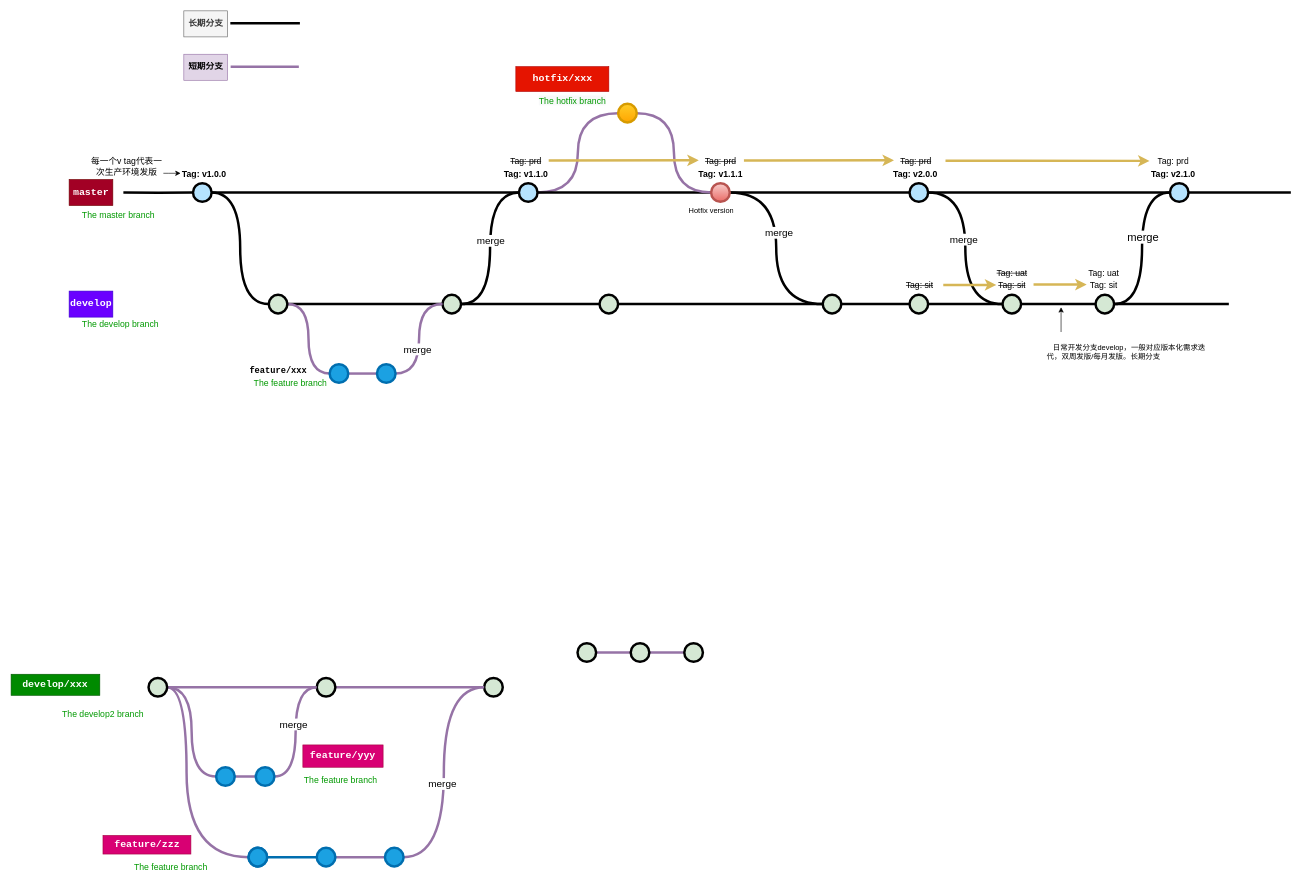
Before: Untitled Diagram.drawio in bbcpan/SpringCloud, a draw.io diagram. Source tidied: cells renumbered, new cells numbered last; positions are measured from the earlier drawing's top-left corner, leaving out a move shared by most shapes. Both pictures are drawn from the tidied source at 62%, with x=0, y=0 at pixel (11, 11).
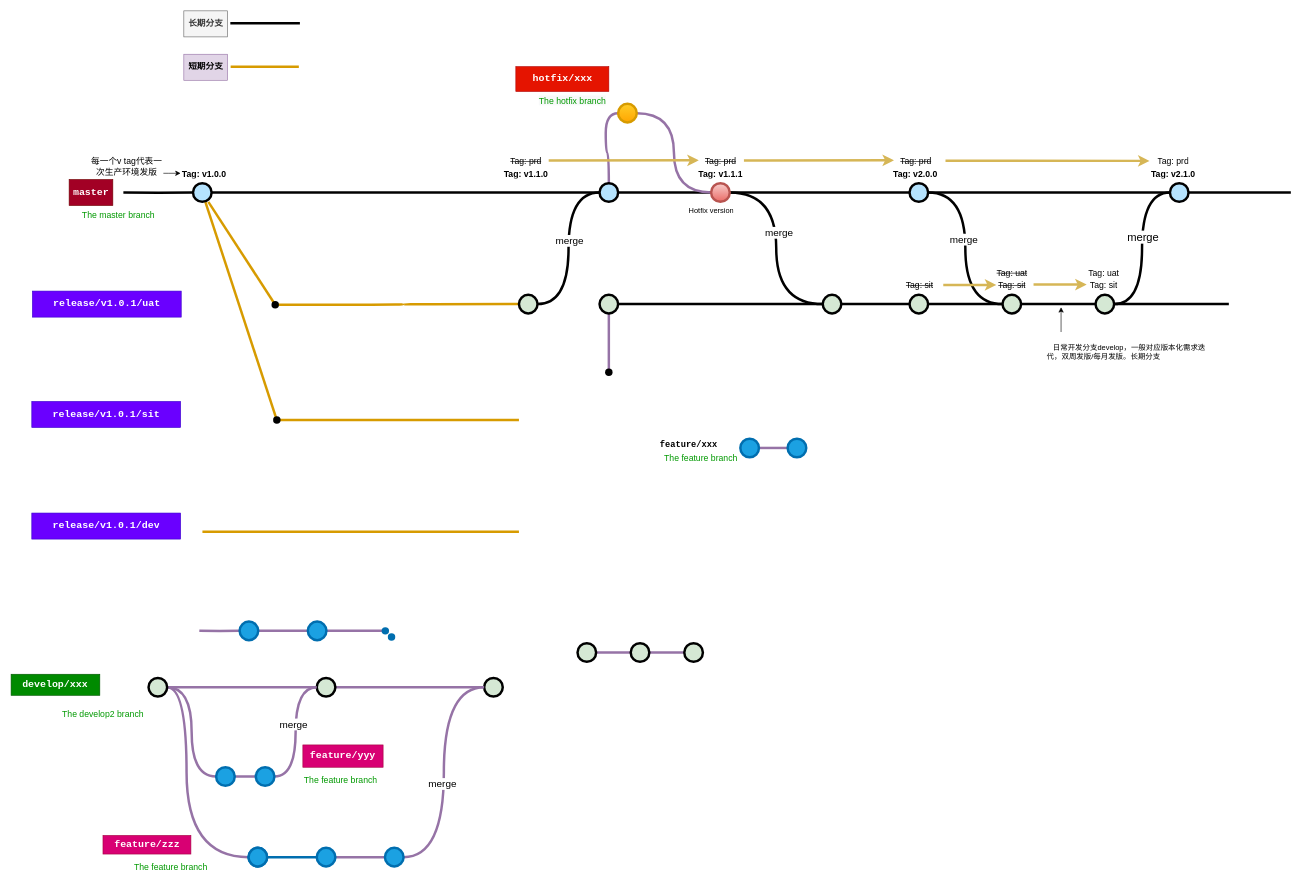
Above is the later version.

The change refers to these unchanged cells:
```xml
<mxCell id="4" style="verticalLabelPosition=bottom;verticalAlign=top;html=1;strokeWidth=4;shape=mxgraph.flowchart.on-page_reference;plain-blue;gradientColor=none;fillColor=#B5E3Fe;strokeColor=#000000;" parent="1" vertex="1">
  <mxGeometry x="293.8" y="278" width="30" height="30" as="geometry" />
</mxCell>
<mxCell id="44" style="verticalLabelPosition=bottom;verticalAlign=top;html=1;strokeWidth=4;shape=mxgraph.flowchart.on-page_reference;plain-purple;gradientColor=none;strokeColor=#000000;fillColor=#D5E8D4;" parent="1" vertex="1">
  <mxGeometry x="949.5" y="458" width="30" height="30" as="geometry" />
</mxCell>
```

What changed in the source:
```diff
@@
-    <mxCell id="3" style="edgeStyle=orthogonalEdgeStyle;shape=connector;rounded=0;jettySize=auto;html=1;entryX=0;entryY=0.5;entryDx=0;entryDy=0;entryPerimeter=0;labelBackgroundColor=default;fontFamily=Helvetica;fontSize=11;fontColor=default;endArrow=none;endFill=0;strokeColor=#000000;strokeWidth=4;fillColor=#DAE8FC;gradientColor=#7EA6E0;curved=1;" parent="1" edge="1" source="4" target="21">
-      <mxGeometry relative="1" as="geometry" />
-    </mxCell>
+    <mxCell id="112" style="edgeStyle=orthogonalEdgeStyle;rounded=0;jettySize=auto;html=1;curved=1;endArrow=none;fontSize=15;strokeColor=#d79b00;endFill=0;strokeWidth=4;fillColor=#ffe6cc;entryX=0;entryY=0.5;entryDx=0;entryDy=0;entryPerimeter=0;exitX=0.609;exitY=0.413;exitDx=0;exitDy=0;exitPerimeter=0;" parent="1" edge="1" source="128" target="34">
+      <mxGeometry relative="1" as="geometry" />
+    </mxCell>
+    <mxCell id="113" style="rounded=0;jettySize=auto;html=1;endArrow=none;fontSize=15;strokeColor=#d79b00;endFill=0;strokeWidth=4;fillColor=#ffe6cc;" parent="1" edge="1" source="4" target="128">
+      <mxGeometry relative="1" as="geometry" />
+    </mxCell>
+    <mxCell id="114" style="shape=connector;rounded=0;jettySize=auto;html=1;entryX=0.409;entryY=0.455;entryDx=0;entryDy=0;entryPerimeter=0;labelBackgroundColor=default;fontFamily=Helvetica;fontSize=15;fontColor=default;endArrow=none;endFill=0;strokeColor=#d79b00;strokeWidth=4;fillColor=#ffe6cc;" parent="1" edge="1" source="4" target="129">
+      <mxGeometry relative="1" as="geometry" />
+    </mxCell>
@@
     <mxCell id="7" style="verticalLabelPosition=bottom;verticalAlign=top;html=1;strokeWidth=4;shape=mxgraph.flowchart.on-page_reference;plain-blue;gradientColor=none;strokeColor=#000000;fillColor=#B5E3FE;" parent="1" vertex="1">
-      <mxGeometry x="819.5" y="278" width="30" height="30" as="geometry" />
+      <mxGeometry x="949.5" y="278" width="30" height="30" as="geometry" />
     </mxCell>
@@
-    <mxCell id="17" value="&lt;font style=&quot;font-size: 16px&quot;&gt;develop&lt;/font&gt;" style="text;html=1;strokeColor=#3700CC;fillColor=#6a00ff;align=center;verticalAlign=middle;whiteSpace=wrap;overflow=hidden;fontSize=14;fontStyle=1;fontFamily=Courier New;fontColor=#ffffff;" parent="1" vertex="1">
-      <mxGeometry x="94" y="452" width="70.5" height="42" as="geometry" />
+    <mxCell id="17" value="&lt;font style=&quot;font-size: 16px&quot;&gt;release/v1.0.1/uat&lt;/font&gt;" style="text;html=1;strokeColor=#3700CC;fillColor=#6a00ff;align=center;verticalAlign=middle;whiteSpace=wrap;overflow=hidden;fontSize=14;fontStyle=1;fontFamily=Courier New;fontColor=#ffffff;" parent="1" vertex="1">
+      <mxGeometry x="34.8" y="452" width="240" height="42" as="geometry" />
     </mxCell>
-    <mxCell id="18" value="The develop branch" style="text;html=1;strokeColor=none;fillColor=none;align=left;verticalAlign=middle;whiteSpace=wrap;overflow=hidden;fontSize=14;fontStyle=0;fontColor=#009900;" parent="1" vertex="1">
-      <mxGeometry x="112.6" y="494" width="146.8" height="20" as="geometry" />
-    </mxCell>
-    <mxCell id="19" style="edgeStyle=orthogonalEdgeStyle;curved=1;rounded=0;html=1;exitX=1;exitY=0.5;exitPerimeter=0;endArrow=none;endFill=0;jettySize=auto;strokeWidth=4;fontSize=15;" parent="1" edge="1" source="21" target="34">
-      <mxGeometry relative="1" as="geometry" />
-    </mxCell>
-    <mxCell id="20" style="edgeStyle=orthogonalEdgeStyle;shape=connector;curved=1;rounded=0;jettySize=auto;html=1;entryX=0;entryY=0.5;entryDx=0;entryDy=0;entryPerimeter=0;labelBackgroundColor=default;fontFamily=Helvetica;fontSize=11;fontColor=default;endArrow=none;endFill=0;strokeColor=#9673a6;strokeWidth=4;fillColor=#e1d5e7;" parent="1" edge="1" source="21" target="36">
-      <mxGeometry relative="1" as="geometry" />
-    </mxCell>
-    <mxCell id="21" style="verticalLabelPosition=bottom;verticalAlign=top;html=1;strokeWidth=4;shape=mxgraph.flowchart.on-page_reference;plain-purple;gradientColor=none;strokeColor=#000000;fillColor=#D5E8D4;" parent="1" vertex="1">
-      <mxGeometry x="416" y="458" width="30" height="30" as="geometry" />
-    </mxCell>
@@
-    <mxCell id="33" style="edgeStyle=orthogonalEdgeStyle;curved=1;rounded=0;jettySize=auto;html=1;labelBackgroundColor=default;fontFamily=Helvetica;fontSize=11;fontColor=default;endArrow=none;endFill=0;strokeColor=#000000;strokeWidth=4;fillColor=#DAE8FC;gradientColor=#7EA6E0;" parent="1" edge="1" source="34" target="44">
-      <mxGeometry relative="1" as="geometry" />
-    </mxCell>
     <mxCell id="34" style="verticalLabelPosition=bottom;verticalAlign=top;html=1;strokeWidth=4;shape=mxgraph.flowchart.on-page_reference;plain-purple;gradientColor=none;strokeColor=#000000;fillColor=#D5E8D4;" parent="1" vertex="1">
-      <mxGeometry x="696.2" y="458" width="30" height="30" as="geometry" />
+      <mxGeometry x="819.5" y="458" width="30" height="30" as="geometry" />
     </mxCell>
     <mxCell id="35" style="edgeStyle=orthogonalEdgeStyle;rounded=0;jettySize=auto;html=1;endArrow=none;endFill=0;strokeWidth=4;fillColor=#e1d5e7;strokeColor=#9673a6;" parent="1" edge="1" source="36" target="39">
       <mxGeometry relative="1" as="geometry">
         <Array as="points">
-          <mxPoint x="605.8" y="585" />
-          <mxPoint x="605.8" y="585" />
+          <mxPoint x="1268.1" y="705" />
+          <mxPoint x="1268.1" y="705" />
         </Array>
       </mxGeometry>
     </mxCell>
     <mxCell id="36" style="verticalLabelPosition=bottom;verticalAlign=top;html=1;strokeWidth=4;shape=mxgraph.flowchart.on-page_reference;strokeColor=#006EAF;fillColor=#1ba1e2;fontColor=#ffffff;" parent="1" vertex="1">
-      <mxGeometry x="514.2" y="570" width="30" height="30" as="geometry" />
+      <mxGeometry x="1176.6" y="690" width="30" height="30" as="geometry" />
     </mxCell>
-    <mxCell id="37" style="edgeStyle=orthogonalEdgeStyle;shape=connector;curved=1;rounded=0;jettySize=auto;html=1;entryX=0;entryY=0.5;entryDx=0;entryDy=0;entryPerimeter=0;labelBackgroundColor=default;fontFamily=Helvetica;fontSize=11;fontColor=default;endArrow=none;endFill=0;strokeColor=#9673a6;strokeWidth=4;fillColor=#e1d5e7;" parent="1" edge="1" source="39" target="34">
-      <mxGeometry relative="1" as="geometry" />
-    </mxCell>
-    <mxCell id="38" value="merge" style="edgeLabel;html=1;align=center;verticalAlign=middle;fontSize=16;" parent="37" vertex="1">
-      <mxGeometry x="-0.18" y="3" relative="1" as="geometry" />
-    </mxCell>
     <mxCell id="39" style="verticalLabelPosition=bottom;verticalAlign=top;html=1;strokeWidth=4;shape=mxgraph.flowchart.on-page_reference;strokeColor=#006EAF;fillColor=#1ba1e2;fontColor=#ffffff;" parent="1" vertex="1">
-      <mxGeometry x="590.5" y="570" width="30" height="30" as="geometry" />
+      <mxGeometry x="1252.9" y="690" width="30" height="30" as="geometry" />
     </mxCell>
     <mxCell id="40" value="The feature branch" style="text;html=1;strokeColor=none;fillColor=none;align=left;verticalAlign=middle;whiteSpace=wrap;overflow=hidden;fontSize=14;fontStyle=0;fontColor=#009900;" parent="1" vertex="1">
-      <mxGeometry x="389.6" y="590" width="146.8" height="20" as="geometry" />
+      <mxGeometry x="1052" y="710" width="146.8" height="20" as="geometry" />
     </mxCell>
     <mxCell id="41" value="feature/xxx" style="text;html=1;strokeColor=none;fillColor=none;align=center;verticalAlign=middle;whiteSpace=wrap;overflow=hidden;fontSize=14;fontStyle=1;fontFamily=Courier New;" parent="1" vertex="1">
-      <mxGeometry x="343.8" y="560" width="174.5" height="40" as="geometry" />
+      <mxGeometry x="1006.1" y="680" width="174.5" height="40" as="geometry" />
     </mxCell>
@@
+    <mxCell id="115" style="edgeStyle=orthogonalEdgeStyle;shape=connector;curved=1;rounded=0;jettySize=auto;html=1;labelBackgroundColor=default;fontFamily=Helvetica;fontSize=15;fontColor=default;endArrow=none;endFill=0;strokeColor=#9673a6;strokeWidth=4;fillColor=#e1d5e7;" parent="1" edge="1" source="44" target="127">
+      <mxGeometry relative="1" as="geometry" />
+    </mxCell>
@@
-    <mxCell id="104" style="rounded=0;sketch=0;orthogonalLoop=1;jettySize=auto;html=1;shadow=0;labelBackgroundColor=default;fontFamily=Helvetica;fontSize=11;fontColor=default;endArrow=none;endFill=0;strokeColor=#9673a6;strokeWidth=4;fillColor=#e1d5e7;" parent="1" edge="1">
+    <mxCell id="104" style="rounded=0;sketch=0;orthogonalLoop=1;jettySize=auto;html=1;shadow=0;labelBackgroundColor=default;fontFamily=Helvetica;fontSize=11;fontColor=default;endArrow=none;endFill=0;strokeColor=#d79b00;strokeWidth=4;fillColor=#ffe6cc;" parent="1" edge="1">
       <mxGeometry relative="1" as="geometry">
         <mxPoint x="464.5" y="90" as="sourcePoint" />
         <mxPoint x="354.5" y="90" as="targetPoint" />
       </mxGeometry>
     </mxCell>
@@
+    <mxCell id="116" style="rounded=0;jettySize=auto;html=1;endArrow=none;fontSize=15;strokeColor=#d79b00;endFill=0;strokeWidth=4;fillColor=#ffe6cc;entryX=0;entryY=0.5;entryDx=0;entryDy=0;entryPerimeter=0;startArrow=none;" parent="1" edge="1" source="129">
+      <mxGeometry relative="1" as="geometry">
+        <mxPoint x="819.5" y="660" as="targetPoint" />
+      </mxGeometry>
+    </mxCell>
+    <mxCell id="117" style="edgeStyle=orthogonalEdgeStyle;rounded=0;orthogonalLoop=1;jettySize=auto;html=1;curved=1;endArrow=none;fontSize=15;strokeColor=#d79b00;endFill=0;strokeWidth=4;fillColor=#ffe6cc;entryX=0;entryY=0.5;entryDx=0;entryDy=0;entryPerimeter=0;" parent="1" edge="1">
+      <mxGeometry relative="1" as="geometry">
+        <mxPoint x="309" y="840" as="sourcePoint" />
+        <mxPoint x="819.5" y="840" as="targetPoint" />
+        <Array as="points">
+          <mxPoint x="309" y="840" />
+        </Array>
+      </mxGeometry>
+    </mxCell>
+    <mxCell id="118" value="&lt;font style=&quot;font-size: 16px&quot;&gt;release/v1.0.1/sit&lt;/font&gt;" style="text;html=1;strokeColor=#3700CC;fillColor=#6a00ff;align=center;verticalAlign=middle;whiteSpace=wrap;overflow=hidden;fontSize=14;fontStyle=1;fontFamily=Courier New;fontColor=#ffffff;" parent="1" vertex="1">
+      <mxGeometry x="33.8" y="630" width="240" height="42" as="geometry" />
+    </mxCell>
+    <mxCell id="119" value="&lt;font style=&quot;font-size: 16px&quot;&gt;release/v1.0.1/dev&lt;/font&gt;" style="text;html=1;strokeColor=#3700CC;fillColor=#6a00ff;align=center;verticalAlign=middle;whiteSpace=wrap;overflow=hidden;fontSize=14;fontStyle=1;fontFamily=Courier New;fontColor=#ffffff;" parent="1" vertex="1">
+      <mxGeometry x="33.8" y="810" width="240" height="42" as="geometry" />
+    </mxCell>
+    <mxCell id="120" style="edgeStyle=orthogonalEdgeStyle;curved=1;rounded=0;html=1;endArrow=none;endFill=0;jettySize=auto;strokeWidth=4;fontSize=15;fillColor=#e1d5e7;strokeColor=#9673a6;" parent="1" edge="1" target="122">
+      <mxGeometry relative="1" as="geometry">
+        <mxPoint x="304" y="1000" as="sourcePoint" />
+      </mxGeometry>
+    </mxCell>
+    <mxCell id="121" style="edgeStyle=orthogonalEdgeStyle;curved=1;rounded=0;jettySize=auto;html=1;endArrow=none;fontSize=15;strokeColor=#9673a6;endFill=0;strokeWidth=4;fillColor=#e1d5e7;" parent="1" edge="1" source="122" target="124">
+      <mxGeometry relative="1" as="geometry" />
+    </mxCell>
+    <mxCell id="122" style="verticalLabelPosition=bottom;verticalAlign=top;html=1;strokeWidth=4;shape=mxgraph.flowchart.on-page_reference;strokeColor=#006EAF;fillColor=#1ba1e2;fontColor=#ffffff;" parent="1" vertex="1">
+      <mxGeometry x="369" y="985" width="30" height="30" as="geometry" />
+    </mxCell>
+    <mxCell id="123" style="edgeStyle=orthogonalEdgeStyle;shape=connector;curved=1;rounded=0;jettySize=auto;html=1;labelBackgroundColor=default;fontFamily=Helvetica;fontSize=15;fontColor=default;endArrow=none;endFill=0;strokeColor=#9673a6;strokeWidth=4;fillColor=#e1d5e7;" parent="1" edge="1" source="124" target="125">
+      <mxGeometry relative="1" as="geometry" />
+    </mxCell>
+    <mxCell id="124" style="verticalLabelPosition=bottom;verticalAlign=top;html=1;strokeWidth=4;shape=mxgraph.flowchart.on-page_reference;strokeColor=#006EAF;fillColor=#1ba1e2;fontColor=#ffffff;" parent="1" vertex="1">
+      <mxGeometry x="479" y="985" width="30" height="30" as="geometry" />
+    </mxCell>
+    <mxCell id="125" style="shape=waypoint;sketch=0;size=6;points=[];fillColor=#1ba1e2;perimeter=centerPerimeter;snapToPoint=1;verticalAlign=top;strokeColor=#006EAF;fontColor=#ffffff;strokeWidth=4;" parent="1" vertex="1">
+      <mxGeometry x="584" y="980" width="40" height="40" as="geometry" />
+    </mxCell>
+    <mxCell id="126" style="shape=waypoint;sketch=0;size=6;fillColor=#1ba1e2;perimeter=centerPerimeter;verticalAlign=top;strokeColor=#006EAF;fontColor=#ffffff;strokeWidth=4;" parent="1" vertex="1">
+      <mxGeometry x="594" y="990" width="40" height="40" as="geometry" />
+    </mxCell>
+    <mxCell id="127" style="shape=waypoint;sketch=0;size=6;points=[];fillColor=#D5E8D4;perimeter=centerPerimeter;snapToPoint=1;verticalAlign=top;strokeColor=#000000;strokeWidth=4;gradientColor=none;" parent="1" vertex="1">
+      <mxGeometry x="944.5" y="563" width="40" height="40" as="geometry" />
+    </mxCell>
+    <mxCell id="128" style="shape=waypoint;sketch=0;size=6;points=[];fillColor=#D5E8D4;perimeter=centerPerimeter;snapToPoint=1;verticalAlign=top;strokeColor=#000000;strokeWidth=4;gradientColor=none;" parent="1" vertex="1">
+      <mxGeometry x="406.4" y="454" width="40" height="40" as="geometry" />
+    </mxCell>
+    <mxCell id="129" style="shape=waypoint;sketch=0;size=6;points=[];fillColor=#D5E8D4;perimeter=centerPerimeter;snapToPoint=1;verticalAlign=top;strokeColor=#000000;strokeWidth=4;gradientColor=none;" parent="1" vertex="1">
+      <mxGeometry x="409" y="640" width="40" height="40" as="geometry" />
+    </mxCell>
```
